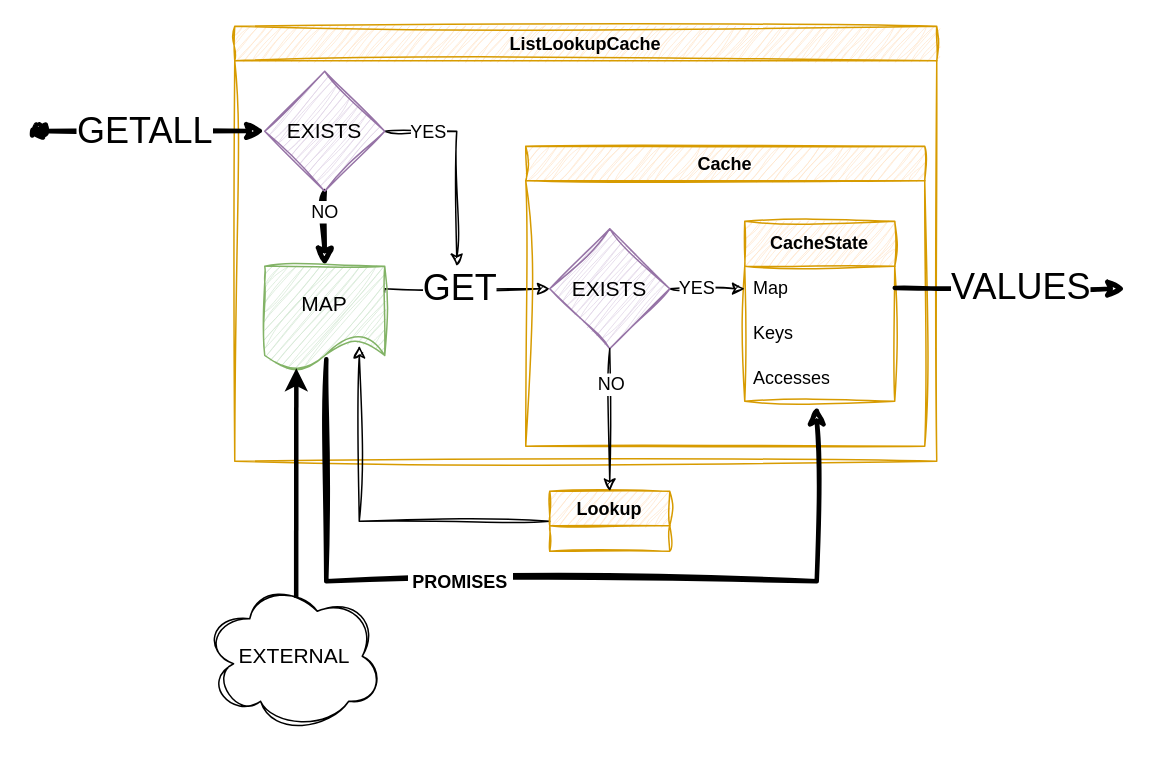
The draw.io diagram assets/images/2023/12/cache_composition.drawio in stevenrskelton/stevenrskelton.github.io, before the edit. Source tidied: cells renumbered, new cells numbered last; positions are measured from the earlier drawing's top-left corner, leaving out a move shared by most shapes. Both pictures are drawn from the tidied source at 150%, with x=0, y=0 at pixel (39, 26).
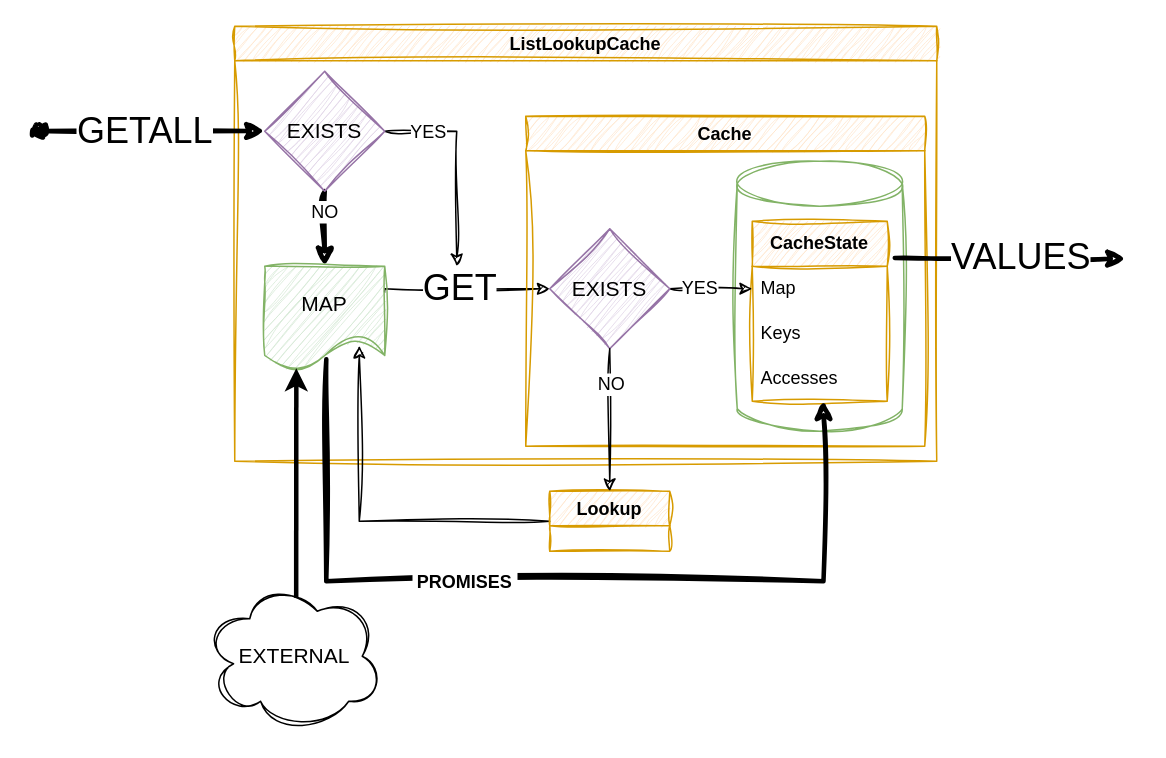
The same page after the edit.

The change refers to these unchanged cells:
```xml
<mxCell id="2" value="ListLookupCache" style="swimlane;whiteSpace=wrap;html=1;fillColor=#ffe6cc;strokeColor=#d79b00;sketch=1;curveFitting=1;jiggle=2;" parent="1" vertex="1">
  <mxGeometry x="130" width="468" height="290" as="geometry" />
</mxCell>
<mxCell id="9" value="MAP" style="shape=document;whiteSpace=wrap;html=1;boundedLbl=1;sketch=1;curveFitting=1;jiggle=2;fillColor=#d5e8d4;strokeColor=#82b366;fontSize=14;" parent="2" vertex="1">
  <mxGeometry x="20" y="160" width="80" height="70" as="geometry" />
</mxCell>
```

The edit, as a diff of the source:
```diff
@@
     <mxCell id="10" value="Cache" style="swimlane;whiteSpace=wrap;html=1;fillColor=#ffe6cc;strokeColor=#d79b00;sketch=1;curveFitting=1;jiggle=2;" parent="2" vertex="1">
-      <mxGeometry x="194" y="80" width="266" height="200" as="geometry" />
+      <mxGeometry x="194" y="60" width="266" height="220" as="geometry" />
     </mxCell>
+    <mxCell id="29" style="shape=cylinder3;whiteSpace=wrap;html=1;boundedLbl=1;backgroundOutline=1;size=15;sketch=1;curveFitting=1;jiggle=2;fillColor=none;strokeColor=#82b366;shadow=0;fillStyle=auto;gradientColor=none;" parent="10" vertex="1">
+      <mxGeometry x="141" y="30" width="110" height="180" as="geometry" />
+    </mxCell>
     <mxCell id="11" value="CacheState" style="swimlane;fontStyle=1;horizontal=1;startSize=30;whiteSpace=wrap;html=1;fillColor=#ffe6cc;strokeColor=#d79b00;sketch=1;curveFitting=1;jiggle=2;" parent="10" vertex="1">
-      <mxGeometry x="146" y="50" width="100" height="120" as="geometry" />
+      <mxGeometry x="151" y="70" width="90" height="120" as="geometry" />
     </mxCell>
     <mxCell id="12" value="Map" style="text;strokeColor=none;fillColor=none;align=left;verticalAlign=middle;spacingLeft=4;spacingRight=4;overflow=hidden;points=[[0,0.5],[1,0.5]];portConstraint=eastwest;whiteSpace=wrap;html=1;" parent="11" vertex="1">
-      <mxGeometry y="30" width="100" height="30" as="geometry" />
+      <mxGeometry y="30" width="90" height="30" as="geometry" />
     </mxCell>
     <mxCell id="13" value="Keys" style="text;strokeColor=none;fillColor=none;align=left;verticalAlign=middle;spacingLeft=4;spacingRight=4;overflow=hidden;whiteSpace=wrap;html=1;" parent="11" vertex="1">
-      <mxGeometry y="60" width="100" height="30" as="geometry" />
+      <mxGeometry y="60" width="90" height="30" as="geometry" />
     </mxCell>
     <mxCell id="14" value="Accesses" style="text;strokeColor=none;fillColor=none;align=left;verticalAlign=middle;spacingLeft=4;spacingRight=4;overflow=hidden;points=[[0,0.5],[1,0.5]];portConstraint=eastwest;whiteSpace=wrap;html=1;" parent="11" vertex="1">
-      <mxGeometry y="90" width="100" height="30" as="geometry" />
+      <mxGeometry y="90" width="90" height="30" as="geometry" />
     </mxCell>
@@
     <mxCell id="16" value="EXISTS" style="rhombus;whiteSpace=wrap;html=1;fontSize=14;sketch=1;curveFitting=1;jiggle=2;fillColor=#e1d5e7;strokeColor=#9673a6;" parent="10" vertex="1">
-      <mxGeometry x="16" y="55" width="80" height="80" as="geometry" />
+      <mxGeometry x="16" y="75" width="80" height="80" as="geometry" />
     </mxCell>
@@
-    <mxCell id="19" style="edgeStyle=orthogonalEdgeStyle;rounded=0;jettySize=auto;html=1;exitX=0.513;exitY=0.886;exitDx=0;exitDy=0;exitPerimeter=0;strokeWidth=3;sketch=1;curveFitting=1;jiggle=2;entryX=0.48;entryY=1.1;entryDx=0;entryDy=0;entryPerimeter=0;" parent="2" edge="1" source="9" target="14">
+    <mxCell id="19" style="edgeStyle=orthogonalEdgeStyle;rounded=0;jettySize=auto;html=1;exitX=0.513;exitY=0.886;exitDx=0;exitDy=0;exitPerimeter=0;strokeWidth=3;sketch=1;curveFitting=1;jiggle=2;entryX=0.528;entryY=0.983;entryDx=0;entryDy=0;entryPerimeter=0;" parent="2" edge="1" source="9" target="14">
       <mxGeometry relative="1" as="geometry">
         <Array as="points">
           <mxPoint x="61" y="370" />
-          <mxPoint x="388" y="370" />
+          <mxPoint x="393" y="370" />
         </Array>
       </mxGeometry>
     </mxCell>
```
